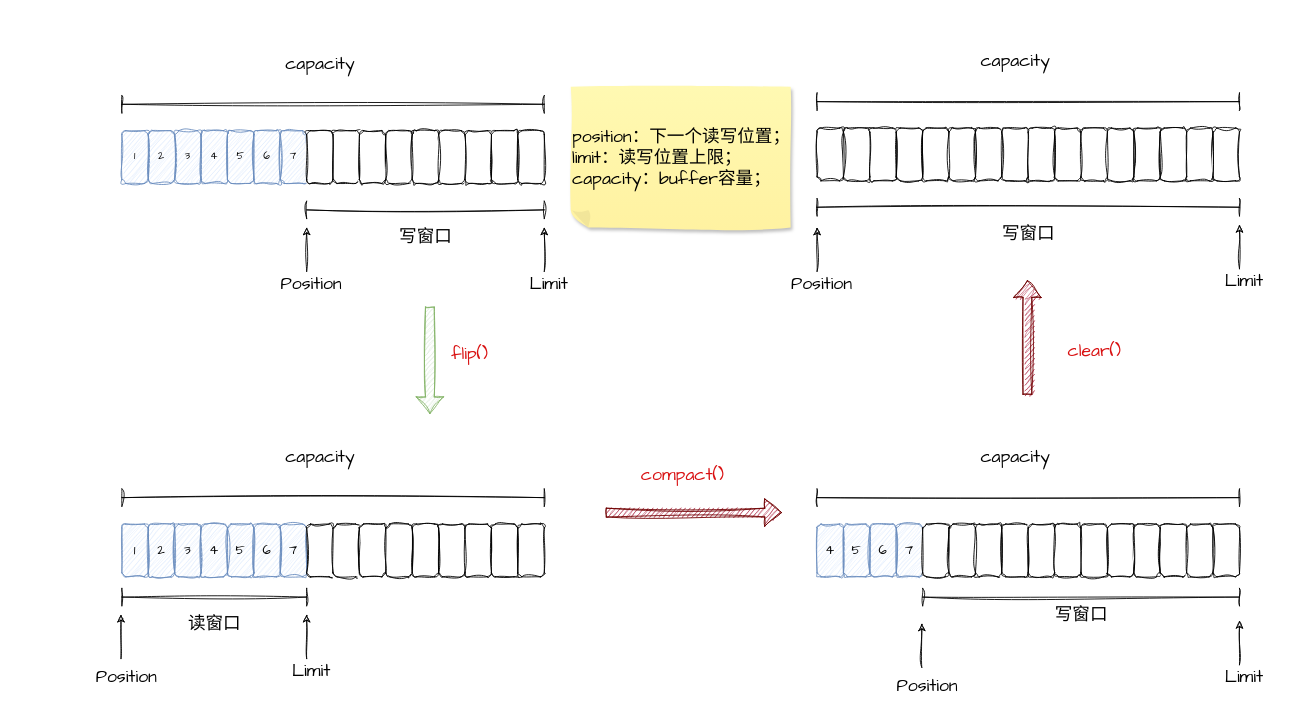
Above: JAVA/250521_JAVA_IO.drawio in Utihbi/pics (draw.io), before the change. Source tidied: cells renumbered, new cells numbered last; positions are measured from the earlier drawing's top-left corner, leaving out a move shared by most shapes. Both pictures are drawn from the tidied source at 88%, with x=0, y=0 at pixel (86, 42).
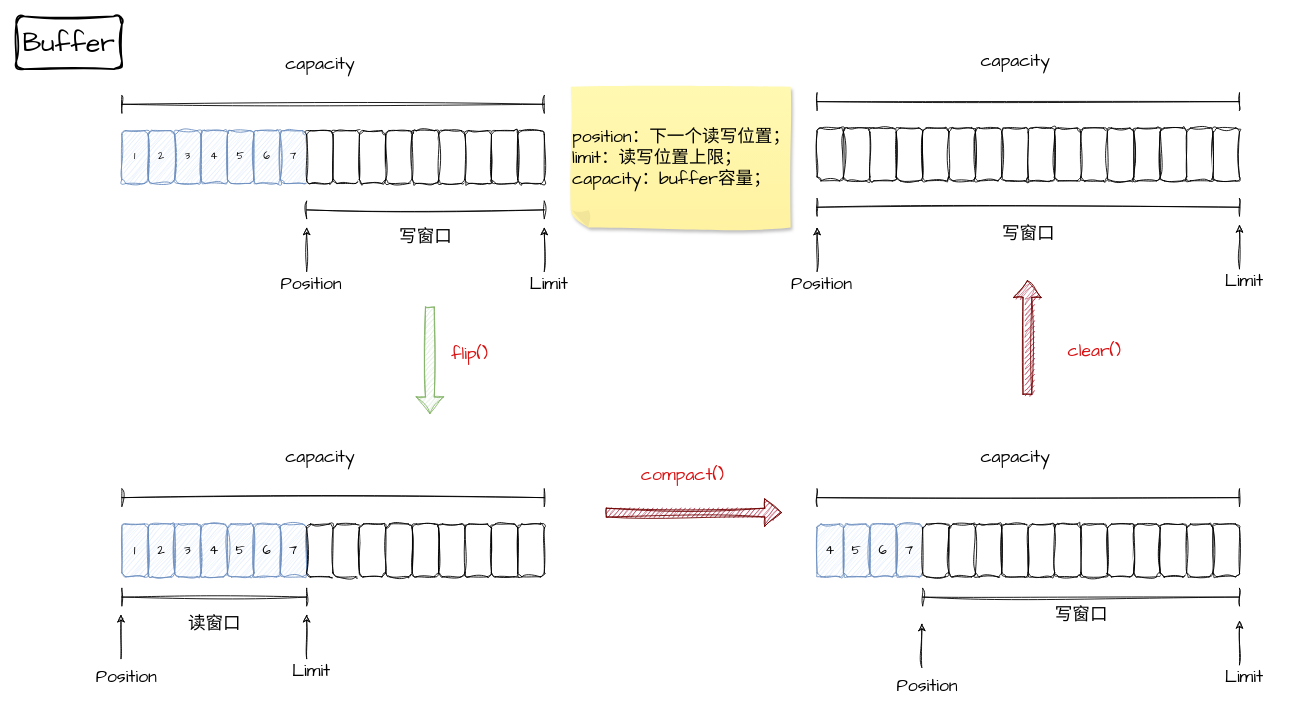
The same diagram, later.

The edit, as a diff of the source:
```diff
@@
+    <mxCell id="118" value="Buffer" style="rounded=1;whiteSpace=wrap;html=1;strokeWidth=2;fillWeight=4;hachureGap=8;hachureAngle=45;sketch=1;jiggle=2;curveFitting=1;fontFamily=Architects Daughter;fontSize=30;" parent="1" vertex="1">
+      <mxGeometry x="-80" y="-30" width="120" height="60" as="geometry" />
+    </mxCell>
```
